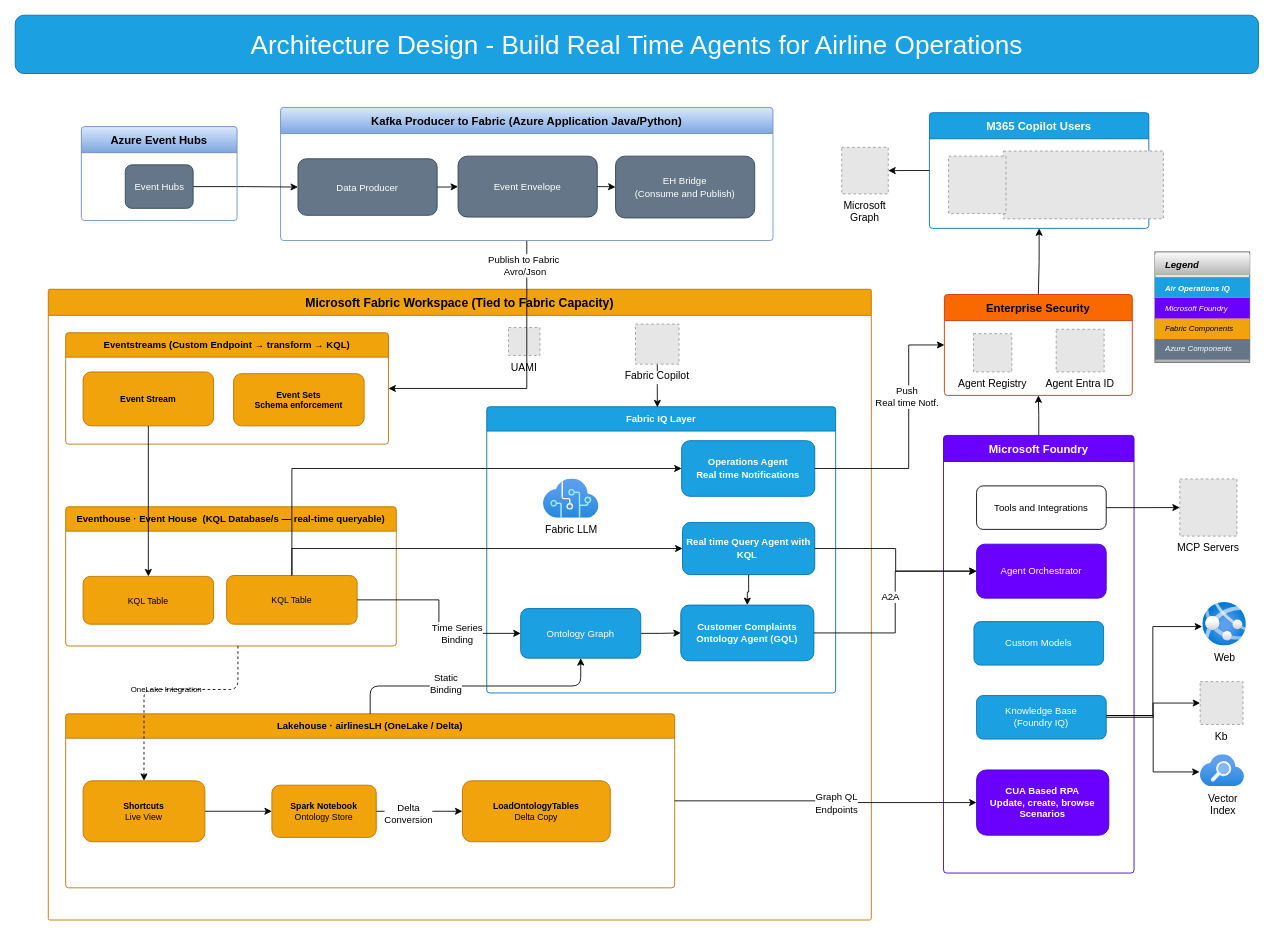
Earlier version of the draw.io diagram fabricarchitecture.drawio (sramayanam/CustComplaints). Source tidied: cells renumbered, new cells numbered last; positions are measured from the earlier drawing's top-left corner, leaving out a move shared by most shapes. Both pictures are drawn from the tidied source at 87%, with x=0, y=0 at pixel (15, 15). Pictures stored in the file or linked from it are replaced by grey dashed boxes.
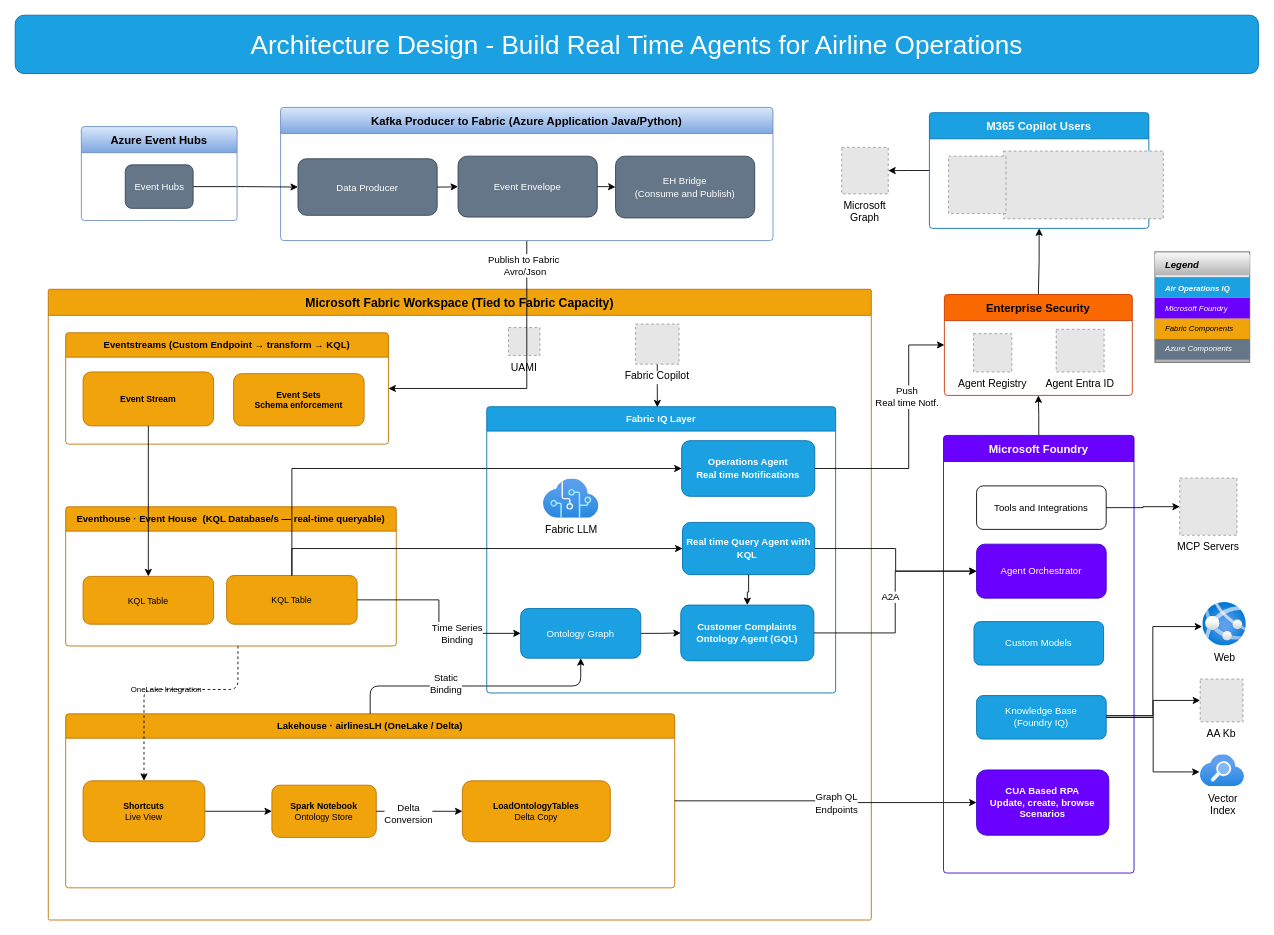
The same diagram, later.

Commit message (it also covers changes not shown here):
Update fabric architecture diagram to reflect recent changes

Unchanged cells that the change refers to:
```xml
<mxCell id="53" value="Knowledge Base&lt;div&gt;(Foundry IQ)&lt;/div&gt;" style="rounded=1;html=1;whiteSpace=wrap;fontSize=11;labelBackgroundColor=none;fillColor=#1ba1e2;fontColor=#ffffff;strokeColor=#006EAF;" parent="52" vertex="1">
  <mxGeometry x="38" y="299" width="149" height="50" as="geometry" />
</mxCell>
<mxCell id="58" value="Vector&lt;div&gt;Index&lt;/div&gt;" style="image;html=1;points=[];align=center;fontSize=12;image=img/lib/azure2/app_services/Search_Services.svg;" parent="1" vertex="1">
  <mxGeometry x="1362" y="850" width="51" height="36.8" as="geometry" />
</mxCell>
```

The edit, as a diff of the source:
```diff
@@
-    <mxCell id="66" value="Kb" style="fillColor=#E6E6E6;strokeColor=#999999;dashed=1;verticalLabelPosition=bottom;labelBackgroundColor=default;verticalAlign=top;" parent="1" vertex="1">
-      <mxGeometry x="1362" y="766" width="49.2" height="49.2" as="geometry" />
+    <mxCell id="66" value="AA Kb" style="fillColor=#E6E6E6;strokeColor=#999999;dashed=1;verticalLabelPosition=bottom;labelBackgroundColor=default;verticalAlign=top;" parent="1" vertex="1">
+      <mxGeometry x="1362" y="763" width="49.2" height="49.2" as="geometry" />
     </mxCell>
     <mxCell id="67" value="MCP Servers" style="fillColor=#E6E6E6;strokeColor=#999999;dashed=1;verticalLabelPosition=bottom;labelBackgroundColor=default;verticalAlign=top;" parent="1" vertex="1">
-      <mxGeometry x="1338.6" y="533" width="65.7" height="65.7" as="geometry" />
+      <mxGeometry x="1338.6" y="532" width="65.7" height="65.7" as="geometry" />
     </mxCell>
@@
     <mxCell id="77" style="edgeStyle=orthogonalEdgeStyle;rounded=0;jettySize=auto;html=1;entryX=-0.013;entryY=0.537;entryDx=0;entryDy=0;entryPerimeter=0;" parent="1" edge="1" source="53" target="58">
-      <mxGeometry relative="1" as="geometry">
-        <Array as="points">
-          <mxPoint x="1308" y="805" />
-          <mxPoint x="1308" y="870" />
-        </Array>
-      </mxGeometry>
+      <mxGeometry relative="1" as="geometry" />
     </mxCell>
```
